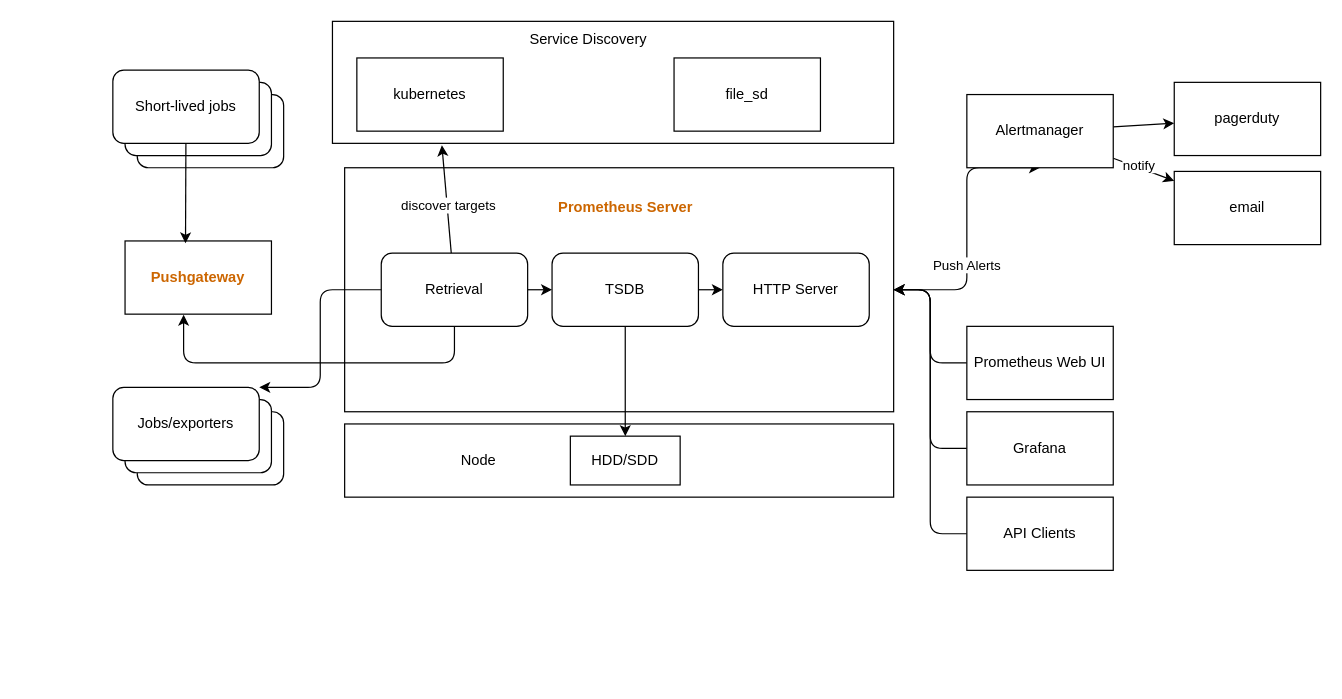
The draw.io diagram Prometheus/Architecture.drawio in vijayvepa/ObservabilityExamples, before the edit. Source tidied: cells renumbered, new cells numbered last; positions are measured from the earlier drawing's top-left corner, leaving out a move shared by most shapes. Both pictures are drawn from the tidied source at 122%, with x=0, y=0 at pixel (112, 21).
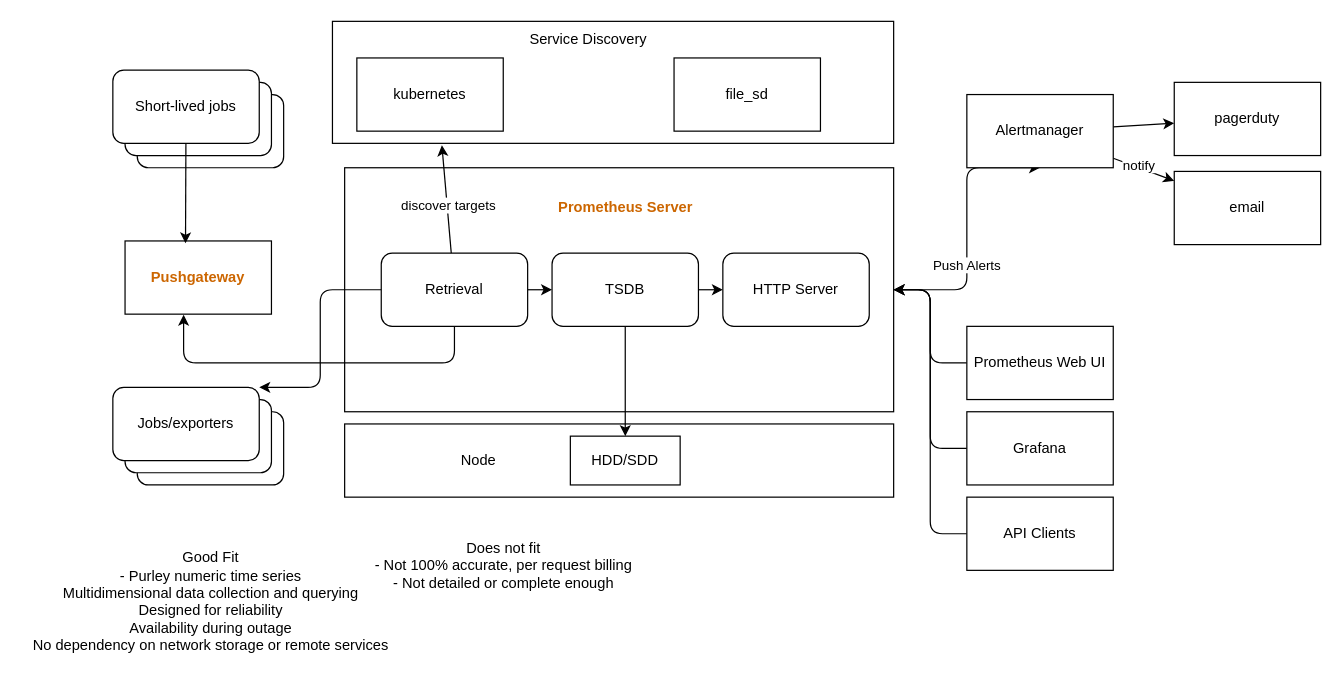
After the change.

Commit message:
use cases

Diff of the diagram source:
```diff
@@
+    <mxCell id="43" value="Good Fit&lt;div&gt;- Purley numeric time series&lt;/div&gt;&lt;div&gt;Multidimensional data collection and querying&lt;/div&gt;&lt;div&gt;Designed for reliability&lt;/div&gt;&lt;div&gt;Availability during outage&lt;/div&gt;&lt;div&gt;No dependency on network storage or remote services&lt;/div&gt;&lt;div&gt;&lt;br&gt;&lt;/div&gt;" style="text;html=1;align=center;verticalAlign=middle;strokeColor=none;fillColor=none;" parent="1" vertex="1">
+      <mxGeometry x="-75" y="428" width="310" height="110" as="geometry" />
+    </mxCell>
+    <mxCell id="44" value="Does not fit&lt;div&gt;- Not 100% accurate, per request billing&lt;/div&gt;&lt;div&gt;- Not detailed or complete enough&lt;/div&gt;&lt;div&gt;&lt;br&gt;&lt;/div&gt;" style="text;html=1;align=center;verticalAlign=middle;strokeColor=none;fillColor=none;" parent="1" vertex="1">
+      <mxGeometry x="205" y="418" width="230" height="70" as="geometry" />
+    </mxCell>
```
